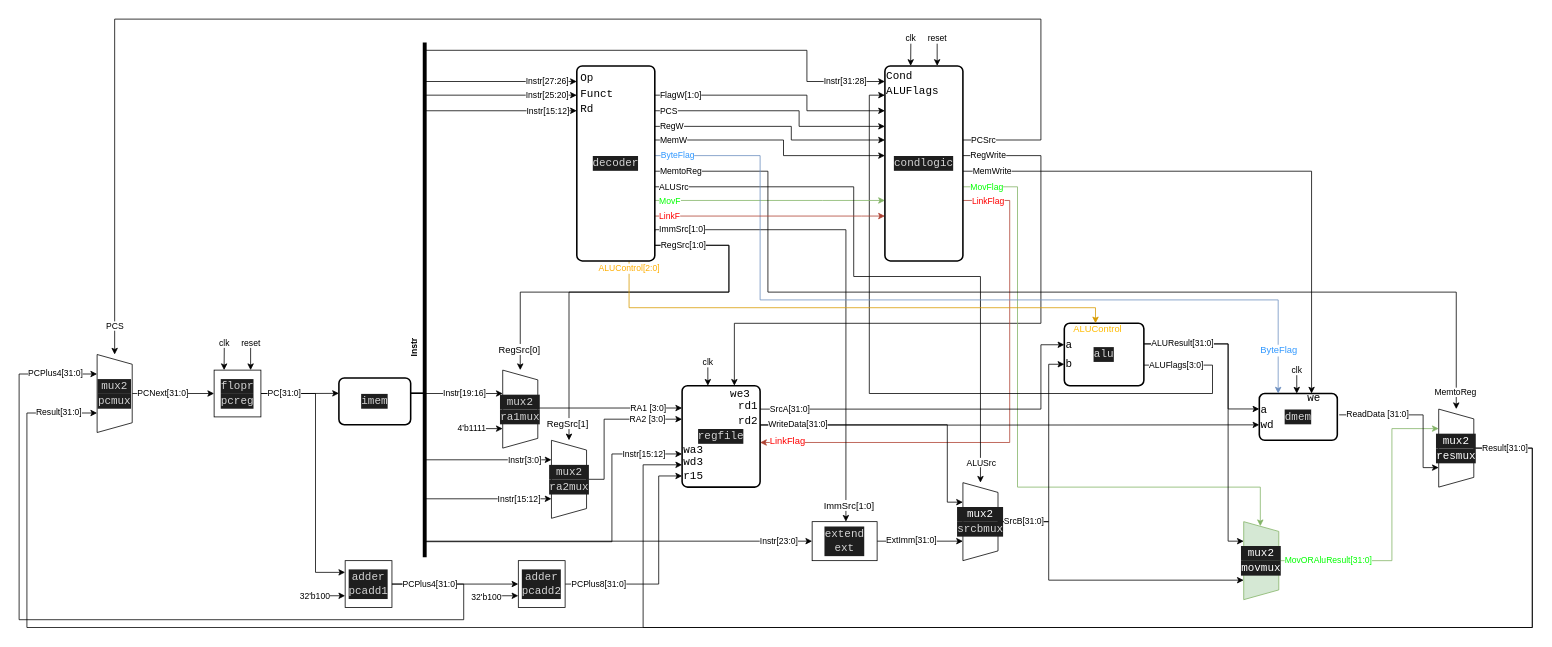
Earlier version of the draw.io diagram diagram.drawio (moliverth/arm_single_extended). Source tidied: cells renumbered, new cells numbered last; positions are measured from the earlier drawing's top-left corner, leaving out a move shared by most shapes. Both pictures are drawn from the tidied source at 78%, with x=0, y=0 at pixel (19, 19).
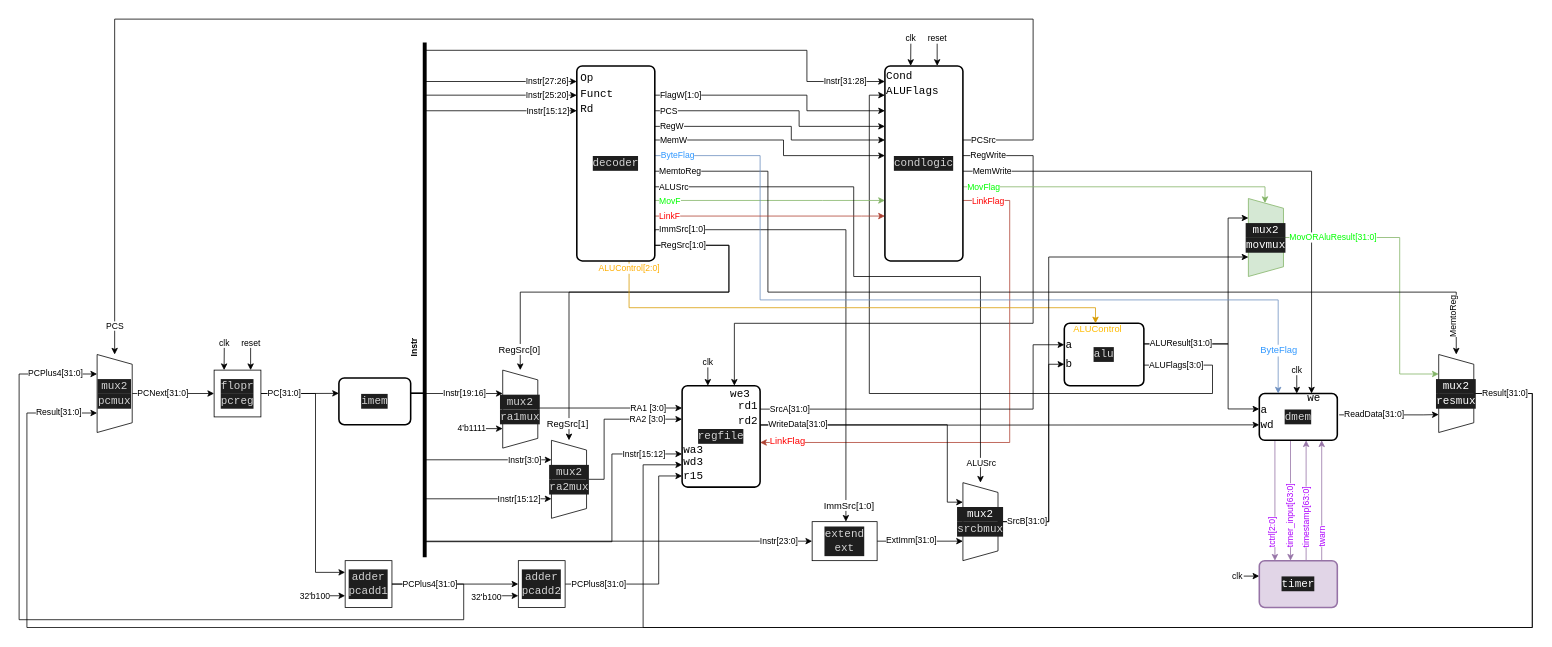
After the change.

The change refers to these unchanged cells:
```xml
<mxCell id="8" value="&lt;div style=&quot;color: rgb(212, 212, 212); background-color: rgb(30, 30, 30); font-family: Consolas, &amp;quot;Courier New&amp;quot;, monospace; font-size: 14px; line-height: 19px;&quot;&gt;&lt;div style=&quot;line-height: 19px;&quot;&gt;condlogic&lt;/div&gt;&lt;/div&gt;" style="rounded=1;whiteSpace=wrap;html=1;absoluteArcSize=1;arcSize=14;strokeWidth=2;points=[[0,0.08,0,0,0],[0,0.15,0,0,0],[0,0.23,0,0,0],[0,0.31,0,0,0],[0,0.38,0,0,0],[0,0.46,0,0,0],[0,0.54,0,0,0],[0,0.62,0,0,0],[0,0.69,0,0,0],[0,0.77,0,0,0],[0,0.85,0,0,0],[0,0.92,0,0,0],[0.33,0,0,0,0],[0.33,1,0,0,0],[0.67,0,0,0,0],[0.67,1,0,0,0],[1,0.08,0,0,0],[1,0.15,0,0,0],[1,0.23,0,0,0],[1,0.31,0,0,0],[1,0.38,0,0,0],[1,0.46,0,0,0],[1,0.54,0,0,0],[1,0.62,0,0,0],[1,0.69,0,0,0],[1,0.77,0,0,0],[1,0.85,0,0,0],[1,0.92,0,0,0]];" parent="1" vertex="1">
  <mxGeometry x="1110" y="60" width="100" height="250" as="geometry" />
</mxCell>
<mxCell id="10" value="&lt;div style=&quot;color: rgb(212, 212, 212); background-color: rgb(30, 30, 30); font-family: Consolas, &amp;quot;Courier New&amp;quot;, monospace; font-size: 14px; line-height: 19px;&quot;&gt;&lt;div style=&quot;line-height: 19px;&quot;&gt;mux2&lt;/div&gt;&lt;/div&gt;&lt;div style=&quot;color: rgb(212, 212, 212); background-color: rgb(30, 30, 30); font-family: Consolas, &amp;quot;Courier New&amp;quot;, monospace; font-size: 14px; line-height: 19px;&quot;&gt;pcmux&lt;/div&gt;" style="verticalLabelPosition=middle;verticalAlign=middle;html=1;shape=trapezoid;perimeter=trapezoidPerimeter;whiteSpace=wrap;size=0.125;arcSize=10;flipV=1;labelPosition=center;align=center;strokeColor=default;fontFamily=Helvetica;fontSize=12;fontColor=default;fillColor=default;direction=south;rounded=0;shadow=0;points=[[0,0.5,0,0,0],[0.25,1,0,0,0],[0.5,0,0,0,0],[0.75,1,0,0,0],[1,0.5,0,0,0]];" parent="1" vertex="1">
  <mxGeometry x="100" y="430" width="45" height="100" as="geometry" />
</mxCell>
<mxCell id="25" value="&lt;div style=&quot;color: rgb(212, 212, 212); background-color: rgb(30, 30, 30); font-family: Consolas, &amp;quot;Courier New&amp;quot;, monospace; font-size: 14px; line-height: 19px;&quot;&gt;&lt;div style=&quot;line-height: 19px;&quot;&gt;regfile&lt;/div&gt;&lt;/div&gt;" style="rounded=1;whiteSpace=wrap;html=1;absoluteArcSize=1;arcSize=14;strokeWidth=2;points=[[0,0.11,0,0,0],[0,0.22,0,0,0],[0,0.33,0,0,0],[0,0.44,0,0,0],[0,0.56,0,0,0],[0,0.67,0,0,0],[0,0.78,0,0,0],[0,0.89,0,0,0],[0.33,0,0,0,0],[0.33,1,0,0,0],[0.67,0,0,0,0],[0.67,1,0,0,0],[1,0.11,0,0,0],[1,0.22,0,0,0],[1,0.33,0,0,0],[1,0.44,0,0,0],[1,0.56,0,0,0],[1,0.67,0,0,0],[1,0.78,0,0,0],[1,0.89,0,0,0]];" parent="1" vertex="1">
  <mxGeometry x="850" y="470" width="100" height="130" as="geometry" />
</mxCell>
<mxCell id="52" value="&lt;div style=&quot;color: rgb(212, 212, 212); background-color: rgb(30, 30, 30); font-family: Consolas, &amp;quot;Courier New&amp;quot;, monospace; font-size: 14px; line-height: 19px;&quot;&gt;&lt;div style=&quot;line-height: 19px;&quot;&gt;&lt;div style=&quot;line-height: 19px;&quot;&gt;alu&lt;/div&gt;&lt;/div&gt;&lt;/div&gt;" style="rounded=1;whiteSpace=wrap;html=1;absoluteArcSize=1;arcSize=14;strokeWidth=2;points=[[0,0.33,0,0,0],[0,0.67,0,0,0],[0.33,0,0,0,0],[0.33,1,0,0,0],[0.67,0,0,0,0],[0.67,1,0,0,0],[1,0.33,0,0,0],[1,0.67,0,0,0]];" parent="1" vertex="1">
  <mxGeometry x="1340" y="390" width="102" height="80" as="geometry" />
</mxCell>
<mxCell id="85" value="&lt;div style=&quot;font-family: Consolas, &amp;quot;Courier New&amp;quot;, monospace; font-weight: normal; font-size: 14px; line-height: 19px;&quot;&gt;&lt;div&gt;&lt;span style=&quot;&quot;&gt;a&lt;/span&gt;&lt;/div&gt;&lt;/div&gt;" style="text;whiteSpace=wrap;html=1;labelBackgroundColor=none;fontColor=#000000;verticalAlign=middle;" parent="1" vertex="1">
  <mxGeometry x="1340" y="405" width="60" height="25" as="geometry" />
</mxCell>
<mxCell id="93" value="&lt;div style=&quot;background-color: rgb(30, 30, 30); font-family: Consolas, &amp;quot;Courier New&amp;quot;, monospace; font-size: 14px; line-height: 19px;&quot;&gt;&lt;div style=&quot;line-height: 19px;&quot;&gt;&lt;font color=&quot;#ffffff&quot;&gt;mux2&lt;/font&gt;&lt;/div&gt;&lt;/div&gt;&lt;div style=&quot;background-color: rgb(30, 30, 30); font-family: Consolas, &amp;quot;Courier New&amp;quot;, monospace; font-size: 14px; line-height: 19px;&quot;&gt;&lt;div style=&quot;line-height: 19px;&quot;&gt;&lt;div style=&quot;color: rgb(212, 212, 212); line-height: 19px;&quot;&gt;srcbmux&lt;/div&gt;&lt;/div&gt;&lt;/div&gt;" style="verticalLabelPosition=middle;verticalAlign=middle;html=1;shape=trapezoid;perimeter=trapezoidPerimeter;whiteSpace=wrap;size=0.125;arcSize=10;flipV=1;labelPosition=center;align=center;fontFamily=Helvetica;fontSize=12;direction=south;rounded=0;shadow=0;points=[[0,0.5,0,0,0],[0.25,1,0,0,0],[0.5,0,0,0,0],[0.75,1,0,0,0],[1,0.5,0,0,0]];" parent="1" vertex="1">
  <mxGeometry x="1210" y="594.3" width="45" height="100" as="geometry" />
</mxCell>
```

Diff of the diagram source:
```diff
@@
     <mxCell id="2" value="PCSrc" style="edgeStyle=orthogonalEdgeStyle;rounded=0;jettySize=auto;html=1;exitX=1;exitY=0.38;exitDx=0;exitDy=0;exitPerimeter=0;labelPosition=left;verticalLabelPosition=middle;align=left;verticalAlign=middle;textDirection=ltr;entryX=1;entryY=0.5;entryDx=0;entryDy=0;entryPerimeter=0;" parent="1" edge="1" source="8" target="10">
       <mxGeometry x="-0.99" relative="1" as="geometry">
         <Array as="points">
-          <mxPoint x="1310" y="155" />
-          <mxPoint x="1310" />
+          <mxPoint x="1300" y="155" />
+          <mxPoint x="1300" />
           <mxPoint x="123" />
         </Array>
       </mxGeometry>
     </mxCell>
     <mxCell id="3" value="RegWrite" style="edgeStyle=orthogonalEdgeStyle;rounded=0;jettySize=auto;html=1;exitX=1;exitY=0.46;exitDx=0;exitDy=0;exitPerimeter=0;labelPosition=left;verticalLabelPosition=middle;align=left;verticalAlign=middle;textDirection=ltr;entryX=0.67;entryY=0;entryDx=0;entryDy=0;entryPerimeter=0;" parent="1" edge="1" source="8" target="25">
       <mxGeometry x="-0.98" relative="1" as="geometry">
         <Array as="points">
-          <mxPoint x="1310" y="175" />
-          <mxPoint x="1310" y="390" />
+          <mxPoint x="1300" y="175" />
+          <mxPoint x="1300" y="390" />
           <mxPoint x="917" y="390" />
         </Array>
       </mxGeometry>
     </mxCell>
@@
     <mxCell id="5" value="&lt;font color=&quot;#00ff00&quot;&gt;MovFlag&lt;/font&gt;" style="edgeStyle=orthogonalEdgeStyle;rounded=0;jettySize=auto;html=1;exitX=1;exitY=0.62;exitDx=0;exitDy=0;exitPerimeter=0;fillColor=#d5e8d4;strokeColor=#82b366;labelPosition=left;verticalLabelPosition=middle;align=left;verticalAlign=middle;textDirection=ltr;entryX=0.942;entryY=0.527;entryDx=0;entryDy=0;entryPerimeter=0;" parent="1" edge="1" source="8" target="45">
       <mxGeometry x="-0.98" relative="1" as="geometry">
         <Array as="points">
-          <mxPoint x="1280" y="215" />
-          <mxPoint x="1280" y="600" />
-          <mxPoint x="1591" y="600" />
+          <mxPoint x="1597" y="215" />
         </Array>
       </mxGeometry>
     </mxCell>
@@
     <mxCell id="23" value="SrcA[31:0]" style="edgeStyle=orthogonalEdgeStyle;rounded=0;jettySize=auto;html=1;exitX=1;exitY=0.22;exitDx=0;exitDy=0;exitPerimeter=0;entryX=0;entryY=0.5;entryDx=0;entryDy=0;align=left;" parent="1" edge="1" source="25" target="85">
       <mxGeometry x="-0.95" relative="1" as="geometry">
         <Array as="points">
           <mxPoint x="950" y="500" />
-          <mxPoint x="1310" y="500" />
-          <mxPoint x="1310" y="418" />
+          <mxPoint x="1300" y="500" />
+          <mxPoint x="1300" y="418" />
         </Array>
       </mxGeometry>
     </mxCell>
@@
     <mxCell id="41" style="edgeStyle=orthogonalEdgeStyle;rounded=0;jettySize=auto;html=1;exitX=0.5;exitY=0;exitDx=0;exitDy=0;exitPerimeter=0;entryX=0.25;entryY=1;entryDx=0;entryDy=0;entryPerimeter=0;align=center;" parent="1" edge="1" source="43" target="10">
       <mxGeometry x="-0.97" relative="1" as="geometry">
         <Array as="points">
-          <mxPoint x="1940" y="550" />
+          <mxPoint x="1940" y="480" />
           <mxPoint x="1940" y="780" />
           <mxPoint x="10" y="780" />
           <mxPoint x="10" y="505" />
         </Array>
       </mxGeometry>
     </mxCell>
     <mxCell id="42" value="&lt;span style=&quot;color: rgb(0, 0, 0); font-family: Helvetica; font-size: 11px; font-style: normal; font-variant-ligatures: normal; font-variant-caps: normal; font-weight: 400; letter-spacing: normal; orphans: 2; text-indent: 0px; text-transform: none; widows: 2; word-spacing: 0px; -webkit-text-stroke-width: 0px; background-color: rgb(255, 255, 255); text-decoration-thickness: initial; text-decoration-style: initial; text-decoration-color: initial; float: none; display: inline !important;&quot;&gt;Result[31:0]&lt;/span&gt;" style="edgeStyle=orthogonalEdgeStyle;rounded=0;jettySize=auto;html=1;exitX=0.5;exitY=0;exitDx=0;exitDy=0;exitPerimeter=0;align=left;entryX=0;entryY=0.78;entryDx=0;entryDy=0;entryPerimeter=0;" parent="1" edge="1" source="43" target="25">
       <mxGeometry x="-0.99" relative="1" as="geometry">
         <Array as="points">
-          <mxPoint x="1940" y="550" />
+          <mxPoint x="1940" y="480" />
           <mxPoint x="1940" y="780" />
           <mxPoint x="800" y="780" />
           <mxPoint x="800" y="571" />
         </Array>
       </mxGeometry>
     </mxCell>
     <mxCell id="43" value="&lt;div style=&quot;background-color: rgb(30, 30, 30); font-family: Consolas, &amp;quot;Courier New&amp;quot;, monospace; font-size: 14px; line-height: 19px;&quot;&gt;&lt;div style=&quot;line-height: 19px;&quot;&gt;&lt;font color=&quot;#ffffff&quot;&gt;mux2&lt;/font&gt;&lt;/div&gt;&lt;/div&gt;&lt;div style=&quot;background-color: rgb(30, 30, 30); font-family: Consolas, &amp;quot;Courier New&amp;quot;, monospace; font-size: 14px; line-height: 19px;&quot;&gt;&lt;div style=&quot;line-height: 19px;&quot;&gt;&lt;font color=&quot;#ffffff&quot;&gt;resmux&lt;/font&gt;&lt;/div&gt;&lt;/div&gt;" style="verticalLabelPosition=middle;verticalAlign=middle;html=1;shape=trapezoid;perimeter=trapezoidPerimeter;whiteSpace=wrap;size=0.125;arcSize=10;flipV=1;labelPosition=center;align=center;fontFamily=Helvetica;fontSize=12;direction=south;rounded=0;shadow=0;points=[[0,0.5,0,0,0],[0.25,1,0,0,0],[0.5,0,0,0,0],[0.75,1,0,0,0],[1,0.5,0,0,0]];" parent="1" vertex="1">
-      <mxGeometry x="1820" y="500" width="45" height="100" as="geometry" />
+      <mxGeometry x="1820" y="430" width="45" height="100" as="geometry" />
     </mxCell>
     <mxCell id="44" value="&lt;font color=&quot;#00ff00&quot;&gt;MovORAluResult[31:0]&lt;/font&gt;" style="edgeStyle=orthogonalEdgeStyle;rounded=0;jettySize=auto;html=1;exitX=0.5;exitY=0;exitDx=0;exitDy=0;exitPerimeter=0;fillColor=#d5e8d4;strokeColor=#82b366;align=left;entryX=0.75;entryY=1;entryDx=0;entryDy=0;entryPerimeter=0;" parent="1" edge="1" source="45" target="43">
       <mxGeometry x="-0.97" relative="1" as="geometry">
         <Array as="points">
-          <mxPoint x="1760" y="694" />
-          <mxPoint x="1760" y="525" />
+          <mxPoint x="1770" y="280" />
+          <mxPoint x="1770" y="455" />
         </Array>
       </mxGeometry>
     </mxCell>
     <mxCell id="45" value="&lt;div style=&quot;background-color: rgb(30, 30, 30); font-family: Consolas, &amp;quot;Courier New&amp;quot;, monospace; font-size: 14px; line-height: 19px;&quot;&gt;&lt;div style=&quot;line-height: 19px;&quot;&gt;&lt;font color=&quot;#ffffff&quot;&gt;mux2&lt;/font&gt;&lt;/div&gt;&lt;/div&gt;&lt;div style=&quot;background-color: rgb(30, 30, 30); line-height: 19px; font-size: 14px; font-family: Consolas, &amp;quot;Courier New&amp;quot;, monospace;&quot;&gt;&lt;div style=&quot;line-height: 19px;&quot;&gt;&lt;font face=&quot;Consolas, Courier New, monospace&quot; color=&quot;#ffffff&quot;&gt;movmux&lt;/font&gt;&lt;br&gt;&lt;/div&gt;&lt;/div&gt;" style="verticalLabelPosition=middle;verticalAlign=middle;html=1;shape=trapezoid;perimeter=trapezoidPerimeter;whiteSpace=wrap;size=0.125;arcSize=10;flipV=1;labelPosition=center;align=center;fontFamily=Helvetica;fontSize=12;direction=south;rounded=0;shadow=0;points=[[0,0.5,0,0,0],[0.25,1,0,0,0],[0.5,0,0,0,0],[0.75,1,0,0,0],[1,0.5,0,0,0]];fillColor=#d5e8d4;strokeColor=#82b366;" parent="1" vertex="1">
-      <mxGeometry x="1570" y="644.3" width="45" height="100" as="geometry" />
+      <mxGeometry x="1576" y="230" width="45" height="100" as="geometry" />
     </mxCell>
-    <mxCell id="46" value="ReadData [31:0]" style="edgeStyle=orthogonalEdgeStyle;rounded=0;jettySize=auto;html=1;exitX=1.024;exitY=0.456;exitDx=0;exitDy=0;exitPerimeter=0;align=left;entryX=0.25;entryY=1;entryDx=0;entryDy=0;entryPerimeter=0;" parent="1" edge="1" source="48" target="43">
+    <mxCell id="46" value="ReadData[31:0]" style="edgeStyle=orthogonalEdgeStyle;rounded=0;jettySize=auto;html=1;exitX=1.024;exitY=0.456;exitDx=0;exitDy=0;exitPerimeter=0;align=left;" parent="1" edge="1" source="48">
       <mxGeometry x="-0.92" relative="1" as="geometry">
+        <mxPoint x="1820" y="507" as="targetPoint" />
         <Array as="points">
           <mxPoint x="1800" y="507" />
-          <mxPoint x="1800" y="575" />
+          <mxPoint x="1820" y="507" />
         </Array>
       </mxGeometry>
     </mxCell>
@@
+    <mxCell id="104" style="edgeStyle=orthogonalEdgeStyle;rounded=0;jettySize=auto;html=1;exitX=0.2;exitY=1;exitDx=0;exitDy=0;exitPerimeter=0;entryX=0.2;entryY=0;entryDx=0;entryDy=0;entryPerimeter=0;fontColor=#ae01fe;fillColor=#e1d5e7;strokeColor=#9673a6;" parent="1" edge="1" source="48" target="113">
+      <mxGeometry relative="1" as="geometry" />
+    </mxCell>
+    <mxCell id="105" value="tctrl[2:0]" style="edgeLabel;html=1;align=left;verticalAlign=middle;rotation=270;fontColor=#ae01fe;" parent="104" vertex="1">
+      <mxGeometry x="0.31" y="-2" relative="1" as="geometry">
+        <mxPoint x="-2" y="39" as="offset" />
+      </mxGeometry>
+    </mxCell>
+    <mxCell id="106" style="edgeStyle=orthogonalEdgeStyle;rounded=0;jettySize=auto;html=1;exitX=0.4;exitY=1;exitDx=0;exitDy=0;exitPerimeter=0;entryX=0.4;entryY=0;entryDx=0;entryDy=0;entryPerimeter=0;fontColor=#ae01fe;fillColor=#e1d5e7;strokeColor=#9673a6;" parent="1" edge="1" source="48" target="113">
+      <mxGeometry relative="1" as="geometry" />
+    </mxCell>
+    <mxCell id="107" value="timer_input[63:0]" style="edgeLabel;html=1;align=left;verticalAlign=middle;rotation=270;fontColor=#ae01fe;" parent="106" vertex="1">
+      <mxGeometry y="-1" relative="1" as="geometry">
+        <mxPoint y="63" as="offset" />
+      </mxGeometry>
+    </mxCell>
-    <mxCell id="48" value="&lt;div style=&quot;color: rgb(212, 212, 212); background-color: rgb(30, 30, 30); font-family: Consolas, &amp;quot;Courier New&amp;quot;, monospace; font-size: 14px; line-height: 19px;&quot;&gt;&lt;div style=&quot;line-height: 19px;&quot;&gt;&lt;div style=&quot;line-height: 19px;&quot;&gt;dmem&lt;/div&gt;&lt;/div&gt;&lt;/div&gt;" style="rounded=1;whiteSpace=wrap;html=1;absoluteArcSize=1;arcSize=14;strokeWidth=2;points=[[0,0.33,0,0,0],[0,0.67,0,0,0],[0.33,0,0,0,0],[0.33,1,0,0,0],[0.67,0,0,0,0],[0.67,1,0,0,0],[1,0.33,0,0,0],[1,0.67,0,0,0]];" parent="1" vertex="1">
+    <mxCell id="48" value="&lt;div style=&quot;color: rgb(212, 212, 212); background-color: rgb(30, 30, 30); font-family: Consolas, &amp;quot;Courier New&amp;quot;, monospace; font-size: 14px; line-height: 19px;&quot;&gt;&lt;div style=&quot;line-height: 19px;&quot;&gt;&lt;div style=&quot;line-height: 19px;&quot;&gt;dmem&lt;/div&gt;&lt;/div&gt;&lt;/div&gt;" style="rounded=1;whiteSpace=wrap;html=1;absoluteArcSize=1;arcSize=14;strokeWidth=2;points=[[0,0.33,0,0,0],[0,0.67,0,0,0],[0.2,1,0,0,0],[0.33,0,0,0,0],[0.4,1,0,0,0],[0.6,1,0,0,0],[0.67,0,0,0,0],[0.8,1,0,0,0],[1,0.33,0,0,0],[1,0.67,0,0,0]];" parent="1" vertex="1">
       <mxGeometry x="1590" y="480" width="100" height="60" as="geometry" />
     </mxCell>
@@
     <mxCell id="50" value="&lt;span style=&quot;color: rgb(0, 0, 0); font-family: Helvetica; font-size: 11px; font-style: normal; font-variant-ligatures: normal; font-variant-caps: normal; font-weight: 400; letter-spacing: normal; orphans: 2; text-indent: 0px; text-transform: none; widows: 2; word-spacing: 0px; -webkit-text-stroke-width: 0px; background-color: rgb(255, 255, 255); text-decoration-thickness: initial; text-decoration-style: initial; text-decoration-color: initial; float: none; display: inline !important;&quot;&gt;ALUResult[31:0]&lt;/span&gt;" style="edgeStyle=orthogonalEdgeStyle;rounded=0;jettySize=auto;html=1;entryX=0.75;entryY=1;entryDx=0;entryDy=0;entryPerimeter=0;align=left;exitX=1;exitY=0.33;exitDx=0;exitDy=0;exitPerimeter=0;" parent="1" edge="1" source="52" target="45">
       <mxGeometry x="-0.96" relative="1" as="geometry">
         <Array as="points">
           <mxPoint x="1550" y="416" />
-          <mxPoint x="1550" y="669" />
+          <mxPoint x="1550" y="255" />
         </Array>
       </mxGeometry>
     </mxCell>
@@
     <mxCell id="92" value="SrcB[31:0]" style="edgeStyle=orthogonalEdgeStyle;rounded=0;jettySize=auto;html=1;exitX=0.5;exitY=0;exitDx=0;exitDy=0;exitPerimeter=0;entryX=0.25;entryY=1;entryDx=0;entryDy=0;entryPerimeter=0;align=left;" parent="1" edge="1" source="93" target="45">
       <mxGeometry x="-0.97" relative="1" as="geometry">
         <Array as="points">
           <mxPoint x="1320" y="644" />
-          <mxPoint x="1320" y="719" />
+          <mxPoint x="1320" y="305" />
         </Array>
       </mxGeometry>
     </mxCell>
@@
-    <mxCell id="97" value="&lt;span style=&quot;color: rgb(0, 0, 0); font-family: Helvetica; font-size: 11px; font-style: normal; font-variant-ligatures: normal; font-variant-caps: normal; font-weight: 400; letter-spacing: normal; orphans: 2; text-align: left; text-indent: 0px; text-transform: none; widows: 2; word-spacing: 0px; -webkit-text-stroke-width: 0px; background-color: rgb(255, 255, 255); text-decoration-thickness: initial; text-decoration-style: initial; text-decoration-color: initial; float: none; display: inline !important;&quot;&gt;MemtoReg&lt;/span&gt;" style="text;whiteSpace=wrap;html=1;" parent="1" vertex="1">
-      <mxGeometry x="1812.5" y="465" width="60" height="20" as="geometry" />
+    <mxCell id="97" value="&lt;span style=&quot;color: rgb(0, 0, 0); font-family: Helvetica; font-size: 11px; font-style: normal; font-variant-ligatures: normal; font-variant-caps: normal; font-weight: 400; letter-spacing: normal; orphans: 2; text-align: left; text-indent: 0px; text-transform: none; widows: 2; word-spacing: 0px; -webkit-text-stroke-width: 0px; background-color: rgb(255, 255, 255); text-decoration-thickness: initial; text-decoration-style: initial; text-decoration-color: initial; float: none; display: inline !important;&quot;&gt;MemtoReg&lt;/span&gt;" style="text;whiteSpace=wrap;html=1;rotation=270;verticalAlign=top;" parent="1" vertex="1">
+      <mxGeometry x="1805" y="370" width="60" height="20" as="geometry" />
     </mxCell>
@@
+    <mxCell id="108" style="edgeStyle=orthogonalEdgeStyle;rounded=0;jettySize=auto;html=1;exitX=0.6;exitY=0;exitDx=0;exitDy=0;exitPerimeter=0;entryX=0.6;entryY=1;entryDx=0;entryDy=0;entryPerimeter=0;fontColor=#ae01fe;fillColor=#e1d5e7;strokeColor=#9673a6;" parent="1" edge="1" source="113" target="48">
+      <mxGeometry relative="1" as="geometry" />
+    </mxCell>
+    <mxCell id="109" value="timestamp[63:0]" style="edgeLabel;html=1;align=left;verticalAlign=middle;rotation=270;fontColor=#ae01fe;" parent="108" vertex="1">
+      <mxGeometry x="-0.24" y="1" relative="1" as="geometry">
+        <mxPoint x="1" y="45" as="offset" />
+      </mxGeometry>
+    </mxCell>
+    <mxCell id="110" style="edgeStyle=orthogonalEdgeStyle;rounded=0;jettySize=auto;html=1;exitX=0.8;exitY=0;exitDx=0;exitDy=0;exitPerimeter=0;entryX=0.8;entryY=1;entryDx=0;entryDy=0;entryPerimeter=0;fontColor=#ae01fe;fillColor=#e1d5e7;strokeColor=#9673a6;" parent="1" edge="1" source="113" target="48">
+      <mxGeometry relative="1" as="geometry" />
+    </mxCell>
+    <mxCell id="111" value="twarn" style="edgeLabel;html=1;align=left;verticalAlign=middle;rotation=270;fontColor=#ae01fe;" parent="110" vertex="1">
+      <mxGeometry x="-0.25" y="-1" relative="1" as="geometry">
+        <mxPoint y="43" as="offset" />
+      </mxGeometry>
+    </mxCell>
+    <mxCell id="112" value="clk" style="edgeStyle=orthogonalEdgeStyle;rounded=0;jettySize=auto;html=1;exitX=0;exitY=0.33;exitDx=0;exitDy=0;exitPerimeter=0;startArrow=classic;startFill=1;endArrow=none;endFill=0;align=right;fontColor=#020003;" parent="1" edge="1" source="113">
+      <mxGeometry x="1" relative="1" as="geometry">
+        <mxPoint x="1570" y="714" as="targetPoint" />
+      </mxGeometry>
+    </mxCell>
+    <mxCell id="113" value="&lt;div style=&quot;background-color: rgb(30, 30, 30); font-family: Consolas, &amp;quot;Courier New&amp;quot;, monospace; font-size: 14px; line-height: 19px;&quot;&gt;&lt;div style=&quot;line-height: 19px;&quot;&gt;&lt;div style=&quot;line-height: 19px;&quot;&gt;&lt;font color=&quot;#ffffff&quot;&gt;timer&lt;/font&gt;&lt;/div&gt;&lt;/div&gt;&lt;/div&gt;" style="rounded=1;whiteSpace=wrap;html=1;absoluteArcSize=1;arcSize=14;strokeWidth=2;points=[[0,0.33,0,0,0],[0,0.67,0,0,0],[0.2,0,0,0,0],[0.33,1,0,0,0],[0.4,0,0,0,0],[0.6,0,0,0,0],[0.67,1,0,0,0],[0.8,0,0,0,0],[1,0.33,0,0,0],[1,0.67,0,0,0]];fillColor=#e1d5e7;strokeColor=#9673a6;" parent="1" vertex="1">
+      <mxGeometry x="1590" y="694.3" width="100" height="60" as="geometry" />
+    </mxCell>
```
